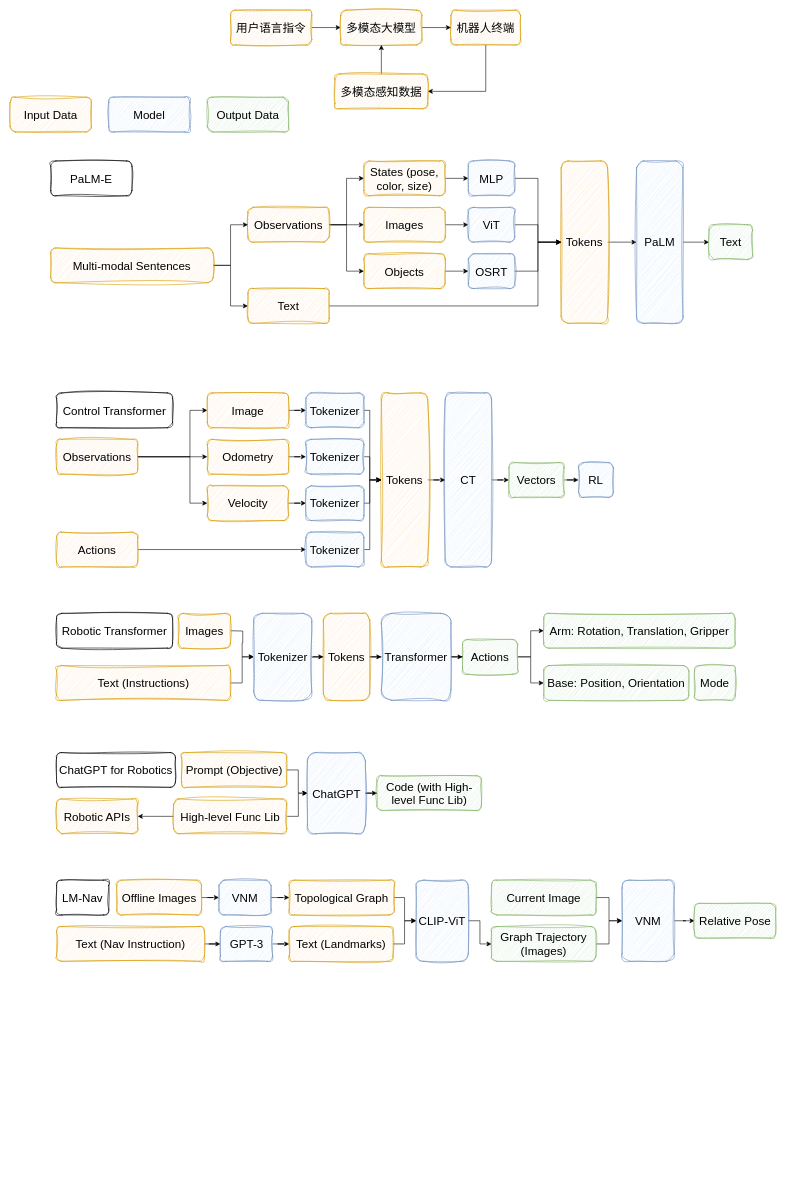
ZiliangMiao/Multimodal_Large_Language_Model_Research keeps this draw.io diagram as Untitled Diagram.drawio. Above is the earlier version. Source tidied: cells renumbered, new cells numbered last; positions are measured from the earlier drawing's top-left corner, leaving out a move shared by most shapes. Both pictures are drawn from the tidied source at 58%, with x=0, y=0 at pixel (10, 10).
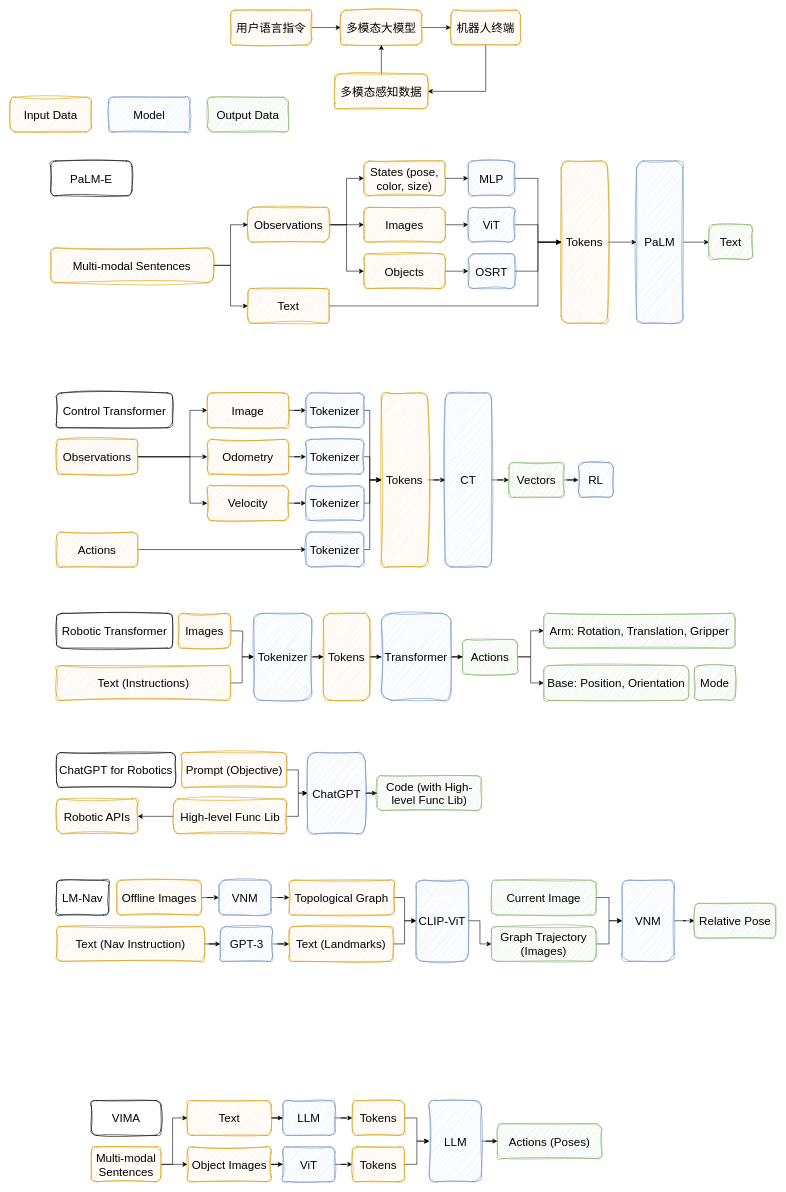
The same page after the edit.

What changed in the source:
```diff
@@
+    <mxCell id="117" style="edgeStyle=orthogonalEdgeStyle;rounded=0;jettySize=auto;html=1;" parent="1" edge="1" source="118" target="129">
+      <mxGeometry relative="1" as="geometry" />
+    </mxCell>
+    <mxCell id="118" value="&lt;span style=&quot;font-size: 20px;&quot;&gt;Object Images&lt;/span&gt;" style="rounded=1;whiteSpace=wrap;html=1;fillColor=#ffe6cc;strokeColor=#d79b00;sketch=1;curveFitting=1;jiggle=2;" parent="1" vertex="1">
+      <mxGeometry x="305.6" y="1960" width="144.4" height="60" as="geometry" />
+    </mxCell>
+    <mxCell id="119" value="&lt;font style=&quot;font-size: 20px;&quot;&gt;VIMA&lt;/font&gt;" style="rounded=1;whiteSpace=wrap;html=1;sketch=1;curveFitting=1;jiggle=2;" parent="1" vertex="1">
+      <mxGeometry x="140" y="1880" width="120" height="60" as="geometry" />
+    </mxCell>
+    <mxCell id="120" style="edgeStyle=orthogonalEdgeStyle;rounded=0;jettySize=auto;html=1;" parent="1" edge="1" source="121" target="124">
+      <mxGeometry relative="1" as="geometry" />
+    </mxCell>
+    <mxCell id="121" value="&lt;span style=&quot;font-size: 20px;&quot;&gt;Text&lt;/span&gt;" style="rounded=1;whiteSpace=wrap;html=1;fillColor=#ffe6cc;strokeColor=#d79b00;sketch=1;curveFitting=1;jiggle=2;" parent="1" vertex="1">
+      <mxGeometry x="305.6" y="1880" width="144.4" height="60" as="geometry" />
+    </mxCell>
+    <mxCell id="122" value="&lt;span style=&quot;font-size: 20px;&quot;&gt;Actions (Poses)&lt;/span&gt;" style="rounded=1;whiteSpace=wrap;html=1;fillColor=#d5e8d4;strokeColor=#82b366;sketch=1;curveFitting=1;jiggle=2;" parent="1" vertex="1">
+      <mxGeometry x="840" y="1920" width="180" height="60" as="geometry" />
+    </mxCell>
+    <mxCell id="123" style="edgeStyle=orthogonalEdgeStyle;rounded=0;jettySize=auto;html=1;" parent="1" edge="1" source="124" target="131">
+      <mxGeometry relative="1" as="geometry" />
+    </mxCell>
+    <mxCell id="124" value="&lt;span style=&quot;font-size: 20px;&quot;&gt;LLM&lt;/span&gt;" style="rounded=1;whiteSpace=wrap;html=1;fillColor=#dae8fc;strokeColor=#6c8ebf;sketch=1;curveFitting=1;jiggle=2;" parent="1" vertex="1">
+      <mxGeometry x="470" y="1880" width="90" height="60" as="geometry" />
+    </mxCell>
+    <mxCell id="125" style="edgeStyle=orthogonalEdgeStyle;rounded=0;jettySize=auto;html=1;" parent="1" edge="1" source="127" target="121">
+      <mxGeometry relative="1" as="geometry">
+        <Array as="points">
+          <mxPoint x="280" y="1990" />
+          <mxPoint x="280" y="1910" />
+        </Array>
+      </mxGeometry>
+    </mxCell>
+    <mxCell id="126" style="edgeStyle=orthogonalEdgeStyle;rounded=0;jettySize=auto;html=1;entryX=0;entryY=0.5;entryDx=0;entryDy=0;" parent="1" edge="1" source="127" target="118">
+      <mxGeometry relative="1" as="geometry">
+        <Array as="points">
+          <mxPoint x="290" y="1990" />
+          <mxPoint x="290" y="1990" />
+        </Array>
+      </mxGeometry>
+    </mxCell>
+    <mxCell id="127" value="&lt;span style=&quot;font-size: 20px;&quot;&gt;Multi-modal Sentences&lt;/span&gt;" style="rounded=1;whiteSpace=wrap;html=1;fillColor=#ffe6cc;strokeColor=#d79b00;sketch=1;curveFitting=1;jiggle=2;" parent="1" vertex="1">
+      <mxGeometry x="140" y="1960" width="120" height="60" as="geometry" />
+    </mxCell>
+    <mxCell id="128" style="edgeStyle=orthogonalEdgeStyle;rounded=0;jettySize=auto;html=1;" parent="1" edge="1" source="129" target="133">
+      <mxGeometry relative="1" as="geometry" />
+    </mxCell>
+    <mxCell id="129" value="&lt;span style=&quot;font-size: 20px;&quot;&gt;ViT&lt;/span&gt;" style="rounded=1;whiteSpace=wrap;html=1;fillColor=#dae8fc;strokeColor=#6c8ebf;sketch=1;curveFitting=1;jiggle=2;" parent="1" vertex="1">
+      <mxGeometry x="470" y="1960" width="90" height="60" as="geometry" />
+    </mxCell>
+    <mxCell id="130" style="edgeStyle=orthogonalEdgeStyle;rounded=0;jettySize=auto;html=1;" parent="1" edge="1" source="131" target="135">
+      <mxGeometry relative="1" as="geometry" />
+    </mxCell>
+    <mxCell id="131" value="&lt;span style=&quot;font-size: 20px;&quot;&gt;Tokens&lt;/span&gt;" style="rounded=1;whiteSpace=wrap;html=1;fillColor=#ffe6cc;strokeColor=#d79b00;sketch=1;curveFitting=1;jiggle=2;" parent="1" vertex="1">
+      <mxGeometry x="590" y="1880" width="90" height="60" as="geometry" />
+    </mxCell>
+    <mxCell id="132" style="edgeStyle=orthogonalEdgeStyle;rounded=0;jettySize=auto;html=1;" parent="1" edge="1" source="133" target="135">
+      <mxGeometry relative="1" as="geometry" />
+    </mxCell>
+    <mxCell id="133" value="&lt;span style=&quot;font-size: 20px;&quot;&gt;Tokens&lt;/span&gt;" style="rounded=1;whiteSpace=wrap;html=1;fillColor=#ffe6cc;strokeColor=#d79b00;sketch=1;curveFitting=1;jiggle=2;" parent="1" vertex="1">
+      <mxGeometry x="590" y="1960" width="90" height="60" as="geometry" />
+    </mxCell>
+    <mxCell id="134" style="edgeStyle=orthogonalEdgeStyle;rounded=0;jettySize=auto;html=1;" parent="1" edge="1" source="135" target="122">
+      <mxGeometry relative="1" as="geometry" />
+    </mxCell>
+    <mxCell id="135" value="&lt;span style=&quot;font-size: 20px;&quot;&gt;LLM&lt;/span&gt;" style="rounded=1;whiteSpace=wrap;html=1;fillColor=#dae8fc;strokeColor=#6c8ebf;sketch=1;curveFitting=1;jiggle=2;" parent="1" vertex="1">
+      <mxGeometry x="722.5" y="1880" width="90" height="140" as="geometry" />
+    </mxCell>
```
